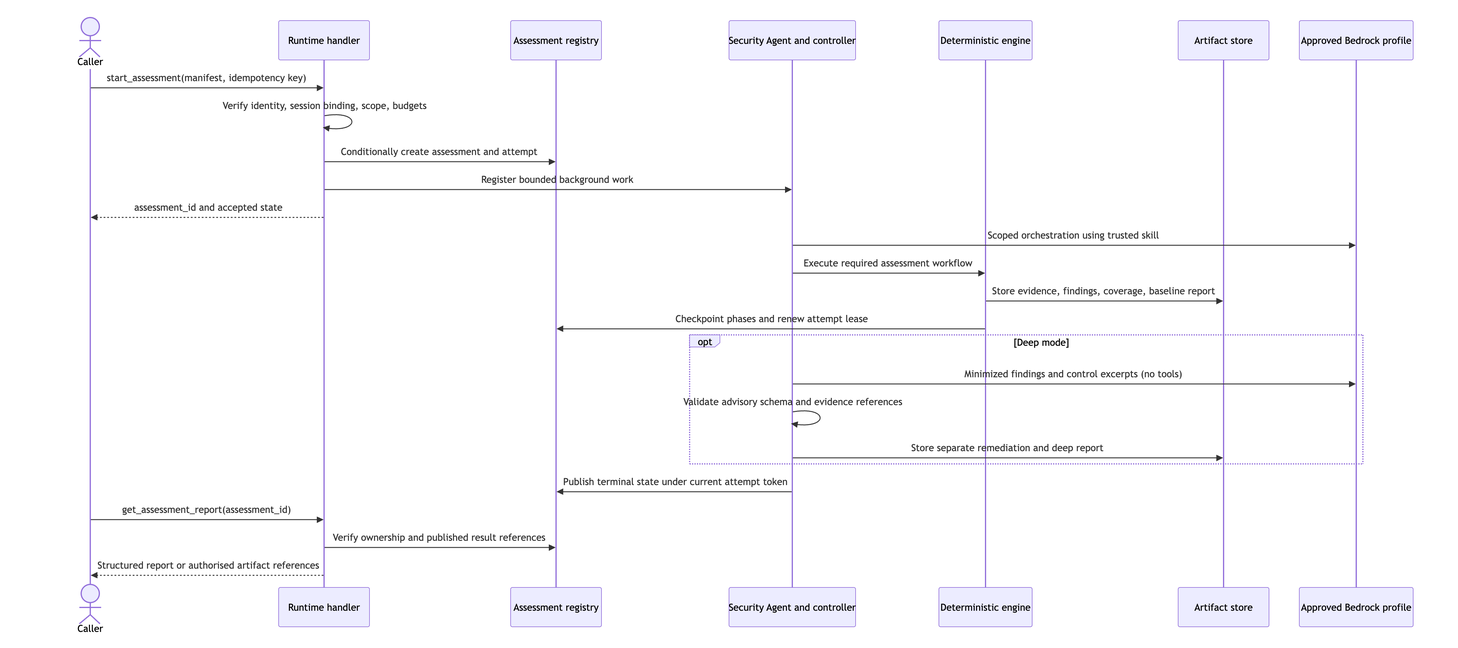
Above: docs/diagrams/assessment-flow.png in dliu-lab/security-agent (Mermaid), before the change. Its source is kept beside it as docs/diagrams/assessment-flow.mmd.
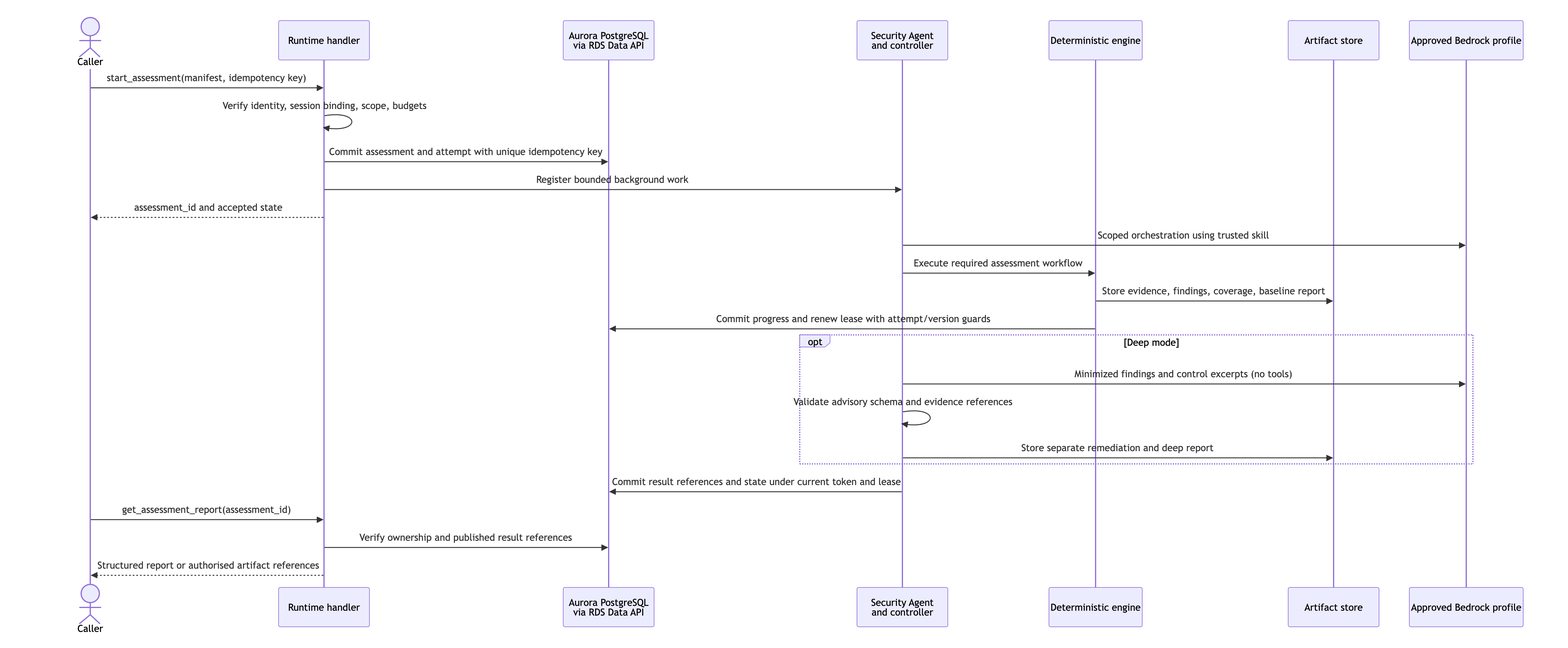
Above is the later version.

Commit message:
docs: use Aurora PostgreSQL through RDS Data API

Diff of the diagram source:
```diff
@@ -1,27 +1,27 @@
 sequenceDiagram
     actor Caller
     participant API as Runtime handler
-    participant DB as Assessment registry
-    participant Agent as Security Agent and controller
+    participant DB as Aurora PostgreSQL<br/>via RDS Data API
+    participant Agent as Security Agent<br/>and controller
     participant Engine as Deterministic engine
     participant S3 as Artifact store
     participant Model as Approved Bedrock profile
 
     Caller->>API: start_assessment(manifest, idempotency key)
     API->>API: Verify identity, session binding, scope, budgets
-    API->>DB: Conditionally create assessment and attempt
+    API->>DB: Commit assessment and attempt with unique idempotency key
     API->>Agent: Register bounded background work
     API-->>Caller: assessment_id and accepted state
     Agent->>Model: Scoped orchestration using trusted skill
     Agent->>Engine: Execute required assessment workflow
     Engine->>S3: Store evidence, findings, coverage, baseline report
-    Engine->>DB: Checkpoint phases and renew attempt lease
+    Engine->>DB: Commit progress and renew lease with attempt/version guards
     opt Deep mode
         Agent->>Model: Minimized findings and control excerpts (no tools)
         Agent->>Agent: Validate advisory schema and evidence references
         Agent->>S3: Store separate remediation and deep report
     end
-    Agent->>DB: Publish terminal state under current attempt token
+    Agent->>DB: Commit result references and state under current token and lease
     Caller->>API: get_assessment_report(assessment_id)
     API->>DB: Verify ownership and published result references
     API-->>Caller: Structured report or authorised artifact references
```
